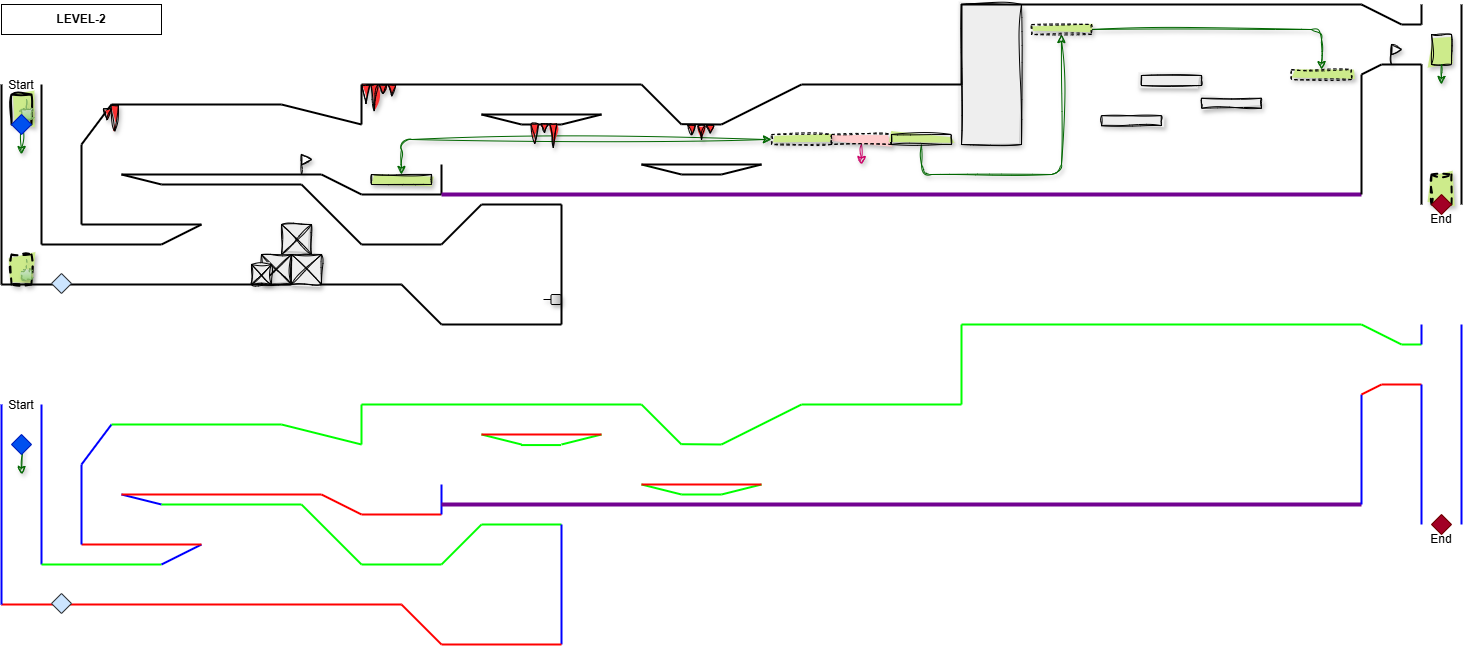
MedievAlex/RETO_1_Nuestro_Juego keeps this draw.io diagram as Documentacion/Mapas/LEVEL-2.png. Above is the earlier version. Source tidied: cells renumbered, new cells last; positions are measured from the earlier drawing's top-left corner, leaving out a move shared by most shapes.
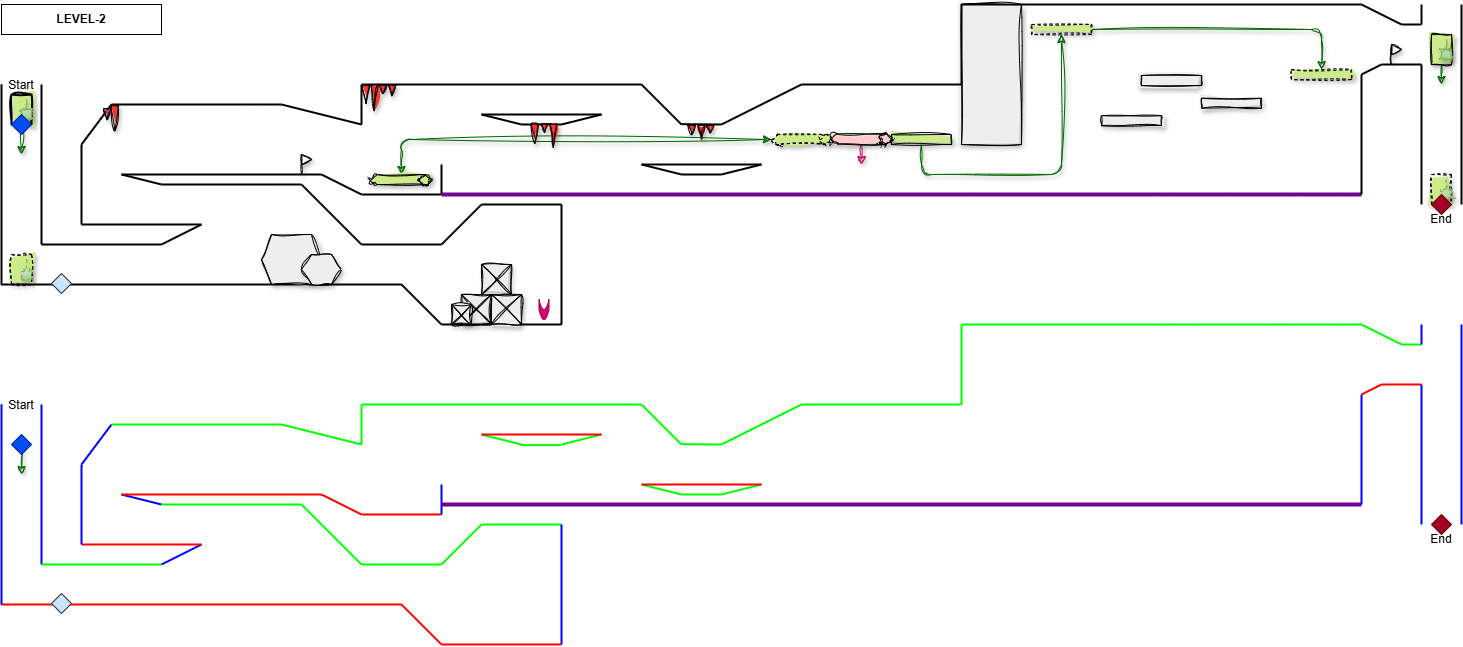
Above is the later version.

The edit, as a diff of the source:
```diff
@@ -2,6 +2,17 @@
   <root>
     <mxCell id="0" />
     <mxCell id="1" parent="0" />
+    <mxCell id="164" style="rounded=0;whiteSpace=wrap;html=1;fillColor=#cdeb8b;strokeColor=#000000;fillStyle=solid;dashed=1;strokeWidth=1;sketch=1;curveFitting=1;jiggle=2;shadow=1;" parent="1" vertex="1">
+      <mxGeometry x="1430" y="170" width="20" height="30" as="geometry" />
+    </mxCell>
+    <mxCell id="165" style="rounded=1;whiteSpace=wrap;html=1;fillColor=#d5e8d4;gradientColor=#97d077;strokeColor=#82b366;dashed=1;sketch=1;curveFitting=1;jiggle=2;shadow=1;" parent="1" vertex="1">
+      <mxGeometry x="1440" y="185" width="10" height="10" as="geometry" />
+    </mxCell>
+    <mxCell id="166" style="endArrow=none;html=1;entryX=0.5;entryY=0;entryDx=0;entryDy=0;fillColor=#d5e8d4;gradientColor=#97d077;strokeColor=#82b366;dashed=1;sketch=1;curveFitting=1;jiggle=2;shadow=1;" parent="1" edge="1" target="165">
+      <mxGeometry relative="1" as="geometry">
+        <mxPoint x="1445" y="175" as="sourcePoint" />
+      </mxGeometry>
+    </mxCell>
     <mxCell id="2" style="endArrow=none;html=1;strokeWidth=2;" parent="1" edge="1">
       <mxGeometry relative="1" as="geometry">
         <mxPoint y="280" as="sourcePoint" />
@@ -14,7 +25,7 @@
         <mxPoint y="80" as="targetPoint" />
       </mxGeometry>
     </mxCell>
-    <mxCell id="4" style="rounded=0;whiteSpace=wrap;html=1;fillColor=#cdeb8b;strokeColor=#000000;fillStyle=solid;dashed=1;strokeWidth=2;sketch=1;curveFitting=1;jiggle=2;shadow=1;" parent="1" vertex="1">
+    <mxCell id="4" style="rounded=0;whiteSpace=wrap;html=1;fillColor=#cdeb8b;strokeColor=#000000;fillStyle=solid;dashed=1;strokeWidth=1;sketch=1;curveFitting=1;jiggle=2;shadow=1;" parent="1" vertex="1">
       <mxGeometry x="10" y="250" width="20" height="30" as="geometry" />
     </mxCell>
     <mxCell id="5" style="edgeStyle=none;html=1;exitX=0.5;exitY=1;exitDx=0;exitDy=0;strokeColor=#006600;sketch=1;curveFitting=1;jiggle=2;shadow=1;" parent="1" edge="1">
@@ -169,9 +180,6 @@
     <mxCell id="31" style="triangle;whiteSpace=wrap;html=1;sketch=1;curveFitting=1;jiggle=2;shadow=1;strokeColor=#000000;" parent="1" vertex="1">
       <mxGeometry x="300" y="150" width="10" height="10" as="geometry" />
     </mxCell>
-    <mxCell id="32" style="rounded=0;whiteSpace=wrap;html=1;fillColor=#cdeb8b;strokeColor=#000000;sketch=1;curveFitting=1;jiggle=2;shadow=1;fillStyle=solid;" parent="1" vertex="1">
-      <mxGeometry x="370" y="170" width="60" height="10" as="geometry" />
-    </mxCell>
     <mxCell id="33" style="endArrow=none;html=1;strokeWidth=2;" parent="1" edge="1">
       <mxGeometry relative="1" as="geometry">
         <mxPoint x="360" y="120" as="sourcePoint" />
@@ -202,8 +210,10 @@
     <mxCell id="38" style="rounded=0;whiteSpace=wrap;html=1;fillColor=#eeeeee;strokeColor=#000000;shadow=1;sketch=1;curveFitting=1;jiggle=2;fillStyle=solid;" parent="1" vertex="1">
       <mxGeometry x="960" width="60" height="140" as="geometry" />
     </mxCell>
-    <mxCell id="39" style="endArrow=classic;startArrow=classic;html=1;exitX=0.5;exitY=0;exitDx=0;exitDy=0;sketch=1;curveFitting=1;jiggle=2;shadow=1;strokeColor=#006600;entryX=0;entryY=0.5;entryDx=0;entryDy=0;" parent="1" edge="1" source="32" target="163">
+    <mxCell id="39" style="endArrow=classic;startArrow=classic;html=1;exitX=0.5;exitY=0;exitDx=0;exitDy=0;sketch=1;curveFitting=1;jiggle=2;shadow=1;strokeColor=#006600;entryX=0;entryY=0.5;entryDx=0;entryDy=0;" parent="1" edge="1">
       <mxGeometry relative="1" as="geometry">
+        <mxPoint x="400" y="170" as="sourcePoint" />
+        <mxPoint x="770" y="135" as="targetPoint" />
         <Array as="points">
           <mxPoint x="400" y="135" />
         </Array>
@@ -224,7 +234,7 @@
       <mxGeometry x="10" y="110" width="20" height="20" as="geometry" />
     </mxCell>
     <mxCell id="44" style="rounded=0;whiteSpace=wrap;html=1;fillColor=#EEEEEE;strokeColor=#000000;sketch=1;curveFitting=1;jiggle=2;shadow=1;fillStyle=solid;" parent="1" vertex="1">
-      <mxGeometry x="280" y="220" width="30" height="30" as="geometry" />
+      <mxGeometry x="480" y="260" width="30" height="30" as="geometry" />
     </mxCell>
     <mxCell id="45" style="endArrow=none;html=1;entryX=0;entryY=0;entryDx=0;entryDy=0;exitX=1;exitY=1;exitDx=0;exitDy=0;sketch=1;curveFitting=1;jiggle=2;shadow=0;strokeColor=#000000;" parent="1" edge="1" source="44" target="44">
       <mxGeometry relative="1" as="geometry" />
@@ -233,7 +243,7 @@
       <mxGeometry relative="1" as="geometry" />
     </mxCell>
     <mxCell id="47" style="rounded=0;whiteSpace=wrap;html=1;fillColor=#EEEEEE;strokeColor=#000000;sketch=1;curveFitting=1;jiggle=2;shadow=1;fillStyle=solid;" parent="1" vertex="1">
-      <mxGeometry x="260" y="250" width="30" height="30" as="geometry" />
+      <mxGeometry x="460" y="290" width="30" height="30" as="geometry" />
     </mxCell>
     <mxCell id="48" style="endArrow=none;html=1;entryX=0;entryY=0;entryDx=0;entryDy=0;exitX=1;exitY=1;exitDx=0;exitDy=0;sketch=1;curveFitting=1;jiggle=2;shadow=0;strokeColor=#000000;" parent="1" edge="1" source="47" target="47">
       <mxGeometry relative="1" as="geometry" />
@@ -242,7 +252,7 @@
       <mxGeometry relative="1" as="geometry" />
     </mxCell>
     <mxCell id="50" style="rounded=0;whiteSpace=wrap;html=1;fillColor=#EEEEEE;strokeColor=#000000;sketch=1;curveFitting=1;jiggle=2;shadow=1;fillStyle=solid;" parent="1" vertex="1">
-      <mxGeometry x="290" y="250" width="30" height="30" as="geometry" />
+      <mxGeometry x="490" y="290" width="30" height="30" as="geometry" />
     </mxCell>
     <mxCell id="51" style="endArrow=none;html=1;entryX=0;entryY=0;entryDx=0;entryDy=0;exitX=1;exitY=1;exitDx=0;exitDy=0;sketch=1;curveFitting=1;jiggle=2;shadow=0;strokeColor=#000000;" parent="1" edge="1" source="50" target="50">
       <mxGeometry relative="1" as="geometry" />
@@ -250,14 +260,12 @@
     <mxCell id="52" style="endArrow=none;html=1;entryX=1;entryY=0;entryDx=0;entryDy=0;exitX=0;exitY=1;exitDx=0;exitDy=0;sketch=1;curveFitting=1;jiggle=2;shadow=0;strokeColor=#000000;" parent="1" edge="1" source="50" target="50">
       <mxGeometry relative="1" as="geometry" />
     </mxCell>
-    <mxCell id="53" style="edgeStyle=none;html=1;exitX=0.5;exitY=1;exitDx=0;exitDy=0;sketch=1;curveFitting=1;jiggle=2;shadow=1;strokeColor=#CC0066;" parent="1" edge="1" source="54">
+    <mxCell id="53" style="edgeStyle=none;html=1;exitX=0.5;exitY=1;exitDx=0;exitDy=0;sketch=1;curveFitting=1;jiggle=2;shadow=1;strokeColor=#CC0066;" parent="1" edge="1">
       <mxGeometry relative="1" as="geometry">
+        <mxPoint x="860" y="140" as="sourcePoint" />
         <mxPoint x="860" y="160" as="targetPoint" />
       </mxGeometry>
     </mxCell>
-    <mxCell id="54" style="rounded=0;whiteSpace=wrap;html=1;fillColor=#FFCCCC;strokeColor=#000000;sketch=1;curveFitting=1;jiggle=2;shadow=1;fillStyle=solid;dashed=1;" parent="1" vertex="1">
-      <mxGeometry x="830" y="130" width="60" height="10" as="geometry" />
-    </mxCell>
     <mxCell id="55" style="edgeStyle=none;html=1;exitX=0.5;exitY=1;exitDx=0;exitDy=0;entryX=0.5;entryY=1;entryDx=0;entryDy=0;strokeColor=#006600;sketch=1;curveFitting=1;jiggle=2;shadow=1;" parent="1" edge="1" source="56" target="70">
       <mxGeometry relative="1" as="geometry">
         <Array as="points">
@@ -438,17 +446,6 @@
         <mxPoint x="1380" y="60" as="targetPoint" />
       </mxGeometry>
     </mxCell>
-    <mxCell id="93" style="rounded=0;whiteSpace=wrap;html=1;fillColor=#cdeb8b;strokeColor=#000000;sketch=1;curveFitting=1;jiggle=2;fillStyle=solid;shadow=1;" parent="1" vertex="1">
-      <mxGeometry x="1430" y="30" width="20" height="30" as="geometry" />
-    </mxCell>
-    <mxCell id="94" style="rounded=1;whiteSpace=wrap;html=1;fillColor=#f5f5f5;gradientColor=#b3b3b3;strokeColor=default;shadow=1;direction=north;" parent="1" vertex="1">
-      <mxGeometry x="549.5" y="290" width="10" height="10" as="geometry" />
-    </mxCell>
-    <mxCell id="95" style="endArrow=none;html=1;entryX=0.5;entryY=0;entryDx=0;entryDy=0;fillColor=#f5f5f5;gradientColor=#b3b3b3;strokeColor=default;shadow=1;" parent="1" edge="1" target="94">
-      <mxGeometry relative="1" as="geometry">
-        <mxPoint x="542" y="295" as="sourcePoint" />
-      </mxGeometry>
-    </mxCell>
     <mxCell id="96" style="endArrow=none;html=1;strokeWidth=2;" parent="1" edge="1">
       <mxGeometry relative="1" as="geometry">
         <mxPoint x="1420" y="20" as="sourcePoint" />
@@ -467,11 +464,9 @@
         <mxPoint x="1460" as="targetPoint" />
       </mxGeometry>
     </mxCell>
-    <mxCell id="99" style="rounded=0;whiteSpace=wrap;html=1;fillColor=#CDEB8B;strokeColor=default;fillStyle=solid;dashed=1;strokeWidth=2;shadow=1;sketch=1;curveFitting=1;jiggle=2;" parent="1" vertex="1">
-      <mxGeometry x="1430" y="170" width="20" height="30" as="geometry" />
-    </mxCell>
-    <mxCell id="100" style="edgeStyle=none;html=1;exitX=0.5;exitY=1;exitDx=0;exitDy=0;sketch=1;curveFitting=1;jiggle=2;shadow=1;strokeColor=#006600;" parent="1" edge="1" source="93">
+    <mxCell id="100" style="edgeStyle=none;html=1;exitX=0.5;exitY=1;exitDx=0;exitDy=0;sketch=1;curveFitting=1;jiggle=2;shadow=1;strokeColor=#006600;" parent="1" edge="1">
       <mxGeometry relative="1" as="geometry">
+        <mxPoint x="1440" y="60" as="sourcePoint" />
         <mxPoint x="1440" y="80" as="targetPoint" />
       </mxGeometry>
     </mxCell>
@@ -806,7 +801,7 @@
       </mxGeometry>
     </mxCell>
     <mxCell id="160" style="rounded=0;whiteSpace=wrap;html=1;fillColor=#EEEEEE;strokeColor=default;sketch=1;curveFitting=1;jiggle=2;shadow=1;fillStyle=solid;" parent="1" vertex="1">
-      <mxGeometry x="250" y="260" width="20" height="20" as="geometry" />
+      <mxGeometry x="450" y="300" width="20" height="20" as="geometry" />
     </mxCell>
     <mxCell id="161" style="endArrow=none;html=1;entryX=0;entryY=0;entryDx=0;entryDy=0;exitX=1;exitY=1;exitDx=0;exitDy=0;sketch=1;curveFitting=1;jiggle=2;shadow=0;strokeColor=default;" parent="1" edge="1" source="160" target="160">
       <mxGeometry relative="1" as="geometry" />
@@ -814,8 +809,34 @@
     <mxCell id="162" style="endArrow=none;html=1;entryX=1;entryY=0;entryDx=0;entryDy=0;exitX=0;exitY=1;exitDx=0;exitDy=0;sketch=1;curveFitting=1;jiggle=2;shadow=0;strokeColor=default;" parent="1" edge="1" source="160" target="160">
       <mxGeometry relative="1" as="geometry" />
     </mxCell>
-    <mxCell id="163" style="rounded=0;whiteSpace=wrap;html=1;fillColor=#CDEB8B;strokeColor=#000000;sketch=1;curveFitting=1;jiggle=2;shadow=1;fillStyle=solid;dashed=1;" parent="1" vertex="1">
-      <mxGeometry x="770" y="130" width="60" height="10" as="geometry" />
-    </mxCell>
+    <mxCell id="167" style="shape=hexagon;perimeter=hexagonPerimeter2;whiteSpace=wrap;html=1;fixedSize=1;size=10;fillColor=#EEEEEE;shadow=1;sketch=1;curveFitting=1;jiggle=2;fillStyle=solid;" parent="1" vertex="1">
+      <mxGeometry x="260" y="230" width="60" height="50" as="geometry" />
+    </mxCell>
+    <mxCell id="168" style="shape=hexagon;perimeter=hexagonPerimeter2;whiteSpace=wrap;html=1;fixedSize=1;size=10;fillColor=#EEEEEE;shadow=1;sketch=1;curveFitting=1;jiggle=2;fillStyle=solid;" parent="1" vertex="1">
+      <mxGeometry x="300" y="250" width="40" height="30" as="geometry" />
+    </mxCell>
+    <mxCell id="169" style="shape=cylinder3;whiteSpace=wrap;html=1;boundedLbl=1;backgroundOutline=1;size=5.742850167410666;direction=south;fillStyle=solid;sketch=1;curveFitting=1;jiggle=2;shadow=1;fillColor=#CDEB8B;" parent="1" vertex="1">
+      <mxGeometry x="370" y="170" width="60" height="10" as="geometry" />
+    </mxCell>
+    <mxCell id="170" style="shape=cylinder3;whiteSpace=wrap;html=1;boundedLbl=1;backgroundOutline=1;size=5.742850167410666;direction=south;fillStyle=solid;sketch=1;curveFitting=1;jiggle=2;shadow=1;fillColor=#CDEB8B;dashed=1;strokeWidth=1;" parent="1" vertex="1">
+      <mxGeometry x="770" y="130" width="60" height="10" as="geometry" />
+    </mxCell>
+    <mxCell id="171" style="shape=cylinder3;whiteSpace=wrap;html=1;boundedLbl=1;backgroundOutline=1;size=5.742850167410666;direction=south;fillStyle=solid;sketch=1;curveFitting=1;jiggle=2;shadow=1;fillColor=#FFCCCC;" parent="1" vertex="1">
+      <mxGeometry x="830" y="129.5" width="60" height="10" as="geometry" />
+    </mxCell>
+    <mxCell id="172" style="shape=dataStorage;whiteSpace=wrap;html=1;fixedSize=1;direction=north;fillColor=#d80073;fontColor=#ffffff;strokeColor=#A50040;size=10;" parent="1" vertex="1">
+      <mxGeometry x="537.5" y="295" width="10" height="20" as="geometry" />
+    </mxCell>
+    <mxCell id="93" style="rounded=0;whiteSpace=wrap;html=1;fillColor=#cdeb8b;strokeColor=#000000;sketch=1;curveFitting=1;jiggle=2;fillStyle=solid;shadow=1;" parent="1" vertex="1">
+      <mxGeometry x="1430" y="30" width="20" height="30" as="geometry" />
+    </mxCell>
+    <mxCell id="173" style="rounded=1;whiteSpace=wrap;html=1;fillColor=#d5e8d4;gradientColor=#97d077;strokeColor=#82b366;sketch=1;curveFitting=1;jiggle=2;shadow=1;" parent="1" vertex="1">
+      <mxGeometry x="1440" y="45" width="10" height="10" as="geometry" />
+    </mxCell>
+    <mxCell id="174" style="endArrow=none;html=1;entryX=0.5;entryY=0;entryDx=0;entryDy=0;fillColor=#d5e8d4;gradientColor=#97d077;strokeColor=#82b366;sketch=1;curveFitting=1;jiggle=2;shadow=1;" parent="1" edge="1" target="173">
+      <mxGeometry relative="1" as="geometry">
+        <mxPoint x="1445" y="35" as="sourcePoint" />
+      </mxGeometry>
+    </mxCell>
   </root>
 </mxGraphModel>
```
